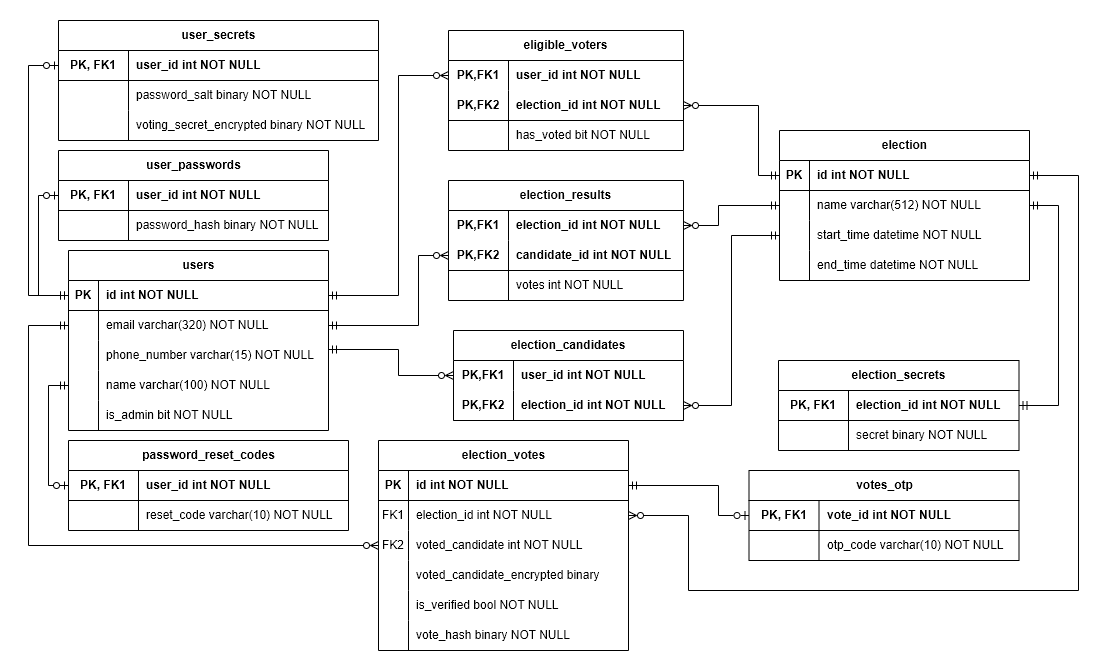
This is EVotingSystem.Database/db_diagram.png from IrciHere/EVotingSystem, a draw.io export, as it was before one commit. Source tidied: cells renumbered, new cells last; positions are measured from the earlier drawing's top-left corner, leaving out a move shared by most shapes.
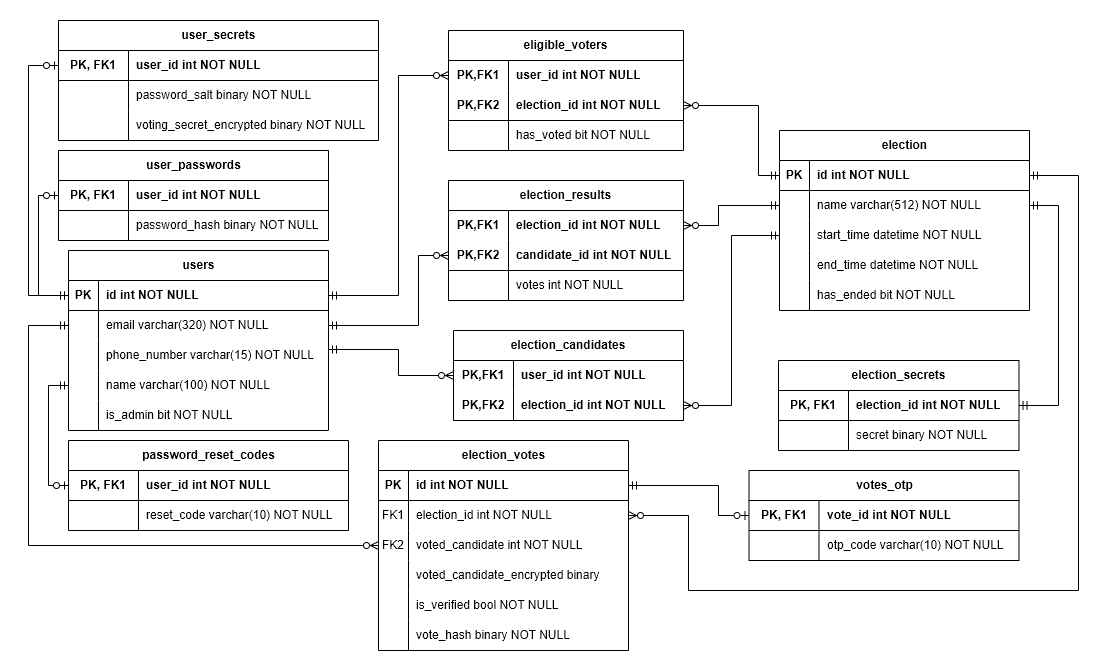
Above is the later version.

What changed in the source:
```diff
@@ -114,7 +114,7 @@
       <mxGeometry x="60" width="170" height="30" as="geometry" />
     </mxCell>
     <mxCell id="39" value="election" style="shape=table;startSize=30;rowLines=0;fontStyle=1;align=center;html=1;swimlaneLine=1;verticalAlign=middle;" parent="1" vertex="1">
-      <mxGeometry x="751" y="110" width="250" height="150" as="geometry" />
+      <mxGeometry x="751" y="110" width="250" height="180" as="geometry" />
     </mxCell>
     <mxCell id="40" style="shape=tableRow;horizontal=0;startSize=0;swimlaneHead=0;swimlaneBody=0;fillColor=none;points=[[0,0.5],[1,0.5]];portConstraint=eastwest;top=0;left=0;right=0;bottom=1;" parent="39" vertex="1">
       <mxGeometry y="30" width="250" height="30" as="geometry" />
@@ -152,6 +152,15 @@
     <mxCell id="51" value="end_t&lt;span style=&quot;background-color: initial;&quot;&gt;ime datetime NOT NULL&lt;/span&gt;" style="shape=partialRectangle;fillColor=none;top=0;left=0;bottom=0;right=0;align=left;spacingLeft=6;overflow=hidden;whiteSpace=wrap;html=1;" parent="49" vertex="1">
       <mxGeometry x="30" width="220" height="30" as="geometry" />
     </mxCell>
+    <mxCell id="128" style="shape=tableRow;horizontal=0;startSize=0;swimlaneHead=0;swimlaneBody=0;fillColor=none;top=0;left=0;right=0;bottom=0;" parent="39" vertex="1">
+      <mxGeometry y="150" width="250" height="30" as="geometry" />
+    </mxCell>
+    <mxCell id="129" style="shape=partialRectangle;fillColor=none;top=0;left=0;bottom=0;right=0;overflow=hidden;whiteSpace=wrap;html=1;" parent="128" vertex="1">
+      <mxGeometry width="30" height="30" as="geometry" />
+    </mxCell>
+    <mxCell id="130" value="&lt;span style=&quot;background-color: initial;&quot;&gt;has_ended bit NOT NULL&lt;/span&gt;" style="shape=partialRectangle;fillColor=none;top=0;left=0;bottom=0;right=0;align=left;spacingLeft=6;overflow=hidden;whiteSpace=wrap;html=1;" parent="128" vertex="1">
+      <mxGeometry x="30" width="220" height="30" as="geometry" />
+    </mxCell>
     <mxCell id="52" value="election_secrets" style="shape=table;startSize=30;rowLines=0;fontStyle=1;align=center;html=1;" parent="1" vertex="1">
       <mxGeometry x="750" y="340" width="240.5" height="90" as="geometry" />
     </mxCell>
```
